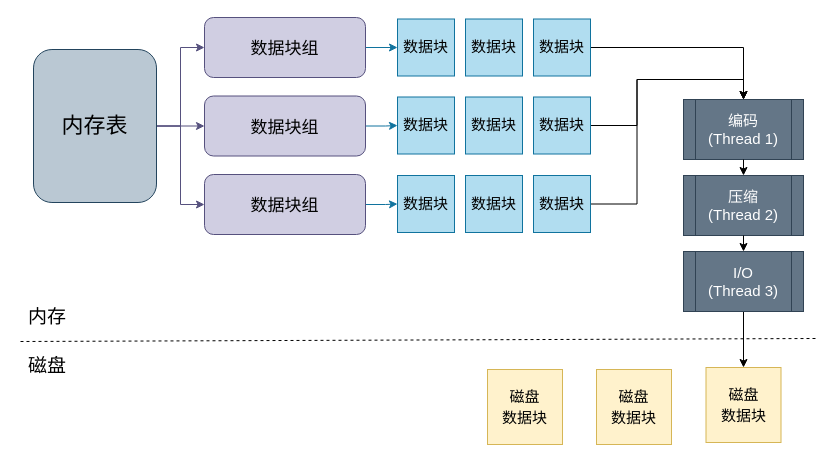
THUMarkLau/thuthesis keeps this draw.io diagram as 设计图/IoTDB刷盘过程.drawio. Above is the earlier version. Source tidied: cells renumbered, new cells numbered last; positions are measured from the earlier drawing's top-left corner, leaving out a move shared by most shapes. Both pictures are drawn from the tidied source at 100%, with x=0, y=0 at pixel (17, 17).
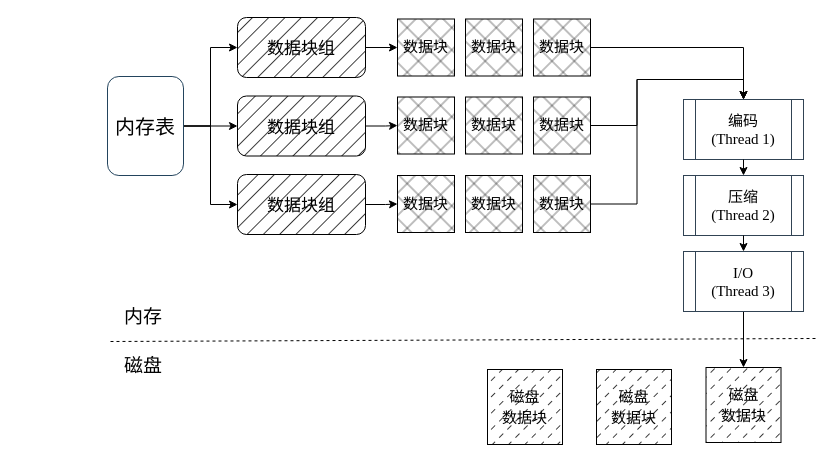
Above is the later version.

Diff of the diagram source:
```diff
@@
-    <mxCell id="2" style="edgeStyle=orthogonalEdgeStyle;rounded=0;jettySize=auto;html=1;fontSize=22;fillColor=#d0cee2;strokeColor=#56517e;" parent="1" edge="1" source="5" target="7">
+    <mxCell id="2" style="edgeStyle=orthogonalEdgeStyle;rounded=0;jettySize=auto;html=1;fontSize=22;fillColor=#d0cee2;strokeColor=#000000;fontFamily=Times New Roman;" parent="1" edge="1" source="5" target="7">
       <mxGeometry relative="1" as="geometry" />
     </mxCell>
-    <mxCell id="3" style="edgeStyle=orthogonalEdgeStyle;rounded=0;jettySize=auto;html=1;fontSize=22;fillColor=#d0cee2;strokeColor=#56517e;" parent="1" edge="1" source="5" target="9">
+    <mxCell id="3" style="edgeStyle=orthogonalEdgeStyle;rounded=0;jettySize=auto;html=1;fontSize=22;fillColor=#d0cee2;strokeColor=#000000;fontFamily=Times New Roman;" parent="1" edge="1" source="5" target="9">
       <mxGeometry relative="1" as="geometry" />
     </mxCell>
-    <mxCell id="4" style="edgeStyle=orthogonalEdgeStyle;rounded=0;jettySize=auto;html=1;fontSize=22;fillColor=#d0cee2;strokeColor=#56517e;" parent="1" edge="1" source="5" target="11">
+    <mxCell id="4" style="edgeStyle=orthogonalEdgeStyle;rounded=0;jettySize=auto;html=1;fontSize=22;fillColor=#d0cee2;strokeColor=#000000;fontFamily=Times New Roman;" parent="1" edge="1" source="5" target="11">
       <mxGeometry relative="1" as="geometry" />
     </mxCell>
-    <mxCell id="5" value="&lt;font style=&quot;font-size: 22px;&quot;&gt;内存表&lt;/font&gt;" style="rounded=1;whiteSpace=wrap;html=1;fillColor=#bac8d3;strokeColor=#23445d;" parent="1" vertex="1">
-      <mxGeometry x="16" y="32" width="123" height="153" as="geometry" />
+    <mxCell id="5" value="&lt;font style=&quot;font-size: 20px;&quot;&gt;内存表&lt;/font&gt;" style="rounded=1;whiteSpace=wrap;html=1;fillColor=default;strokeColor=#23445d;fontFamily=Times New Roman;fontColor=#000000;" parent="1" vertex="1">
+      <mxGeometry x="90" y="59" width="76" height="99" as="geometry" />
     </mxCell>
-    <mxCell id="6" style="edgeStyle=orthogonalEdgeStyle;rounded=0;jettySize=auto;html=1;entryX=0;entryY=0.5;entryDx=0;entryDy=0;fontSize=15;fillColor=#b1ddf0;strokeColor=#10739e;" parent="1" edge="1" source="7" target="12">
+    <mxCell id="6" style="edgeStyle=orthogonalEdgeStyle;rounded=0;jettySize=auto;html=1;entryX=0;entryY=0.5;entryDx=0;entryDy=0;fontSize=15;fillColor=#b1ddf0;strokeColor=#000000;fontFamily=Times New Roman;" parent="1" edge="1" source="7" target="12">
       <mxGeometry relative="1" as="geometry" />
     </mxCell>
-    <mxCell id="7" value="&lt;font style=&quot;font-size: 17px;&quot;&gt;数据块组&lt;/font&gt;" style="rounded=1;whiteSpace=wrap;html=1;fontSize=22;fillColor=#d0cee2;strokeColor=#56517e;" parent="1" vertex="1">
-      <mxGeometry x="187" width="161" height="60" as="geometry" />
+    <mxCell id="7" value="&lt;font style=&quot;font-size: 17px;&quot;&gt;数据块组&lt;/font&gt;" style="rounded=1;whiteSpace=wrap;html=1;fontSize=22;fillColor=#000000;strokeColor=default;fontFamily=Times New Roman;fontColor=#000000;fillStyle=hatch;" parent="1" vertex="1">
+      <mxGeometry x="220" width="128" height="60" as="geometry" />
     </mxCell>
-    <mxCell id="8" style="edgeStyle=orthogonalEdgeStyle;rounded=0;jettySize=auto;html=1;entryX=0;entryY=0.5;entryDx=0;entryDy=0;fontSize=15;fillColor=#b1ddf0;strokeColor=#10739e;" parent="1" edge="1" source="9" target="16">
+    <mxCell id="8" style="edgeStyle=orthogonalEdgeStyle;rounded=0;jettySize=auto;html=1;entryX=0;entryY=0.5;entryDx=0;entryDy=0;fontSize=15;fillColor=#b1ddf0;strokeColor=#000000;fontFamily=Times New Roman;" parent="1" edge="1" source="9" target="16">
       <mxGeometry relative="1" as="geometry" />
     </mxCell>
-    <mxCell id="9" value="&lt;font style=&quot;font-size: 17px;&quot;&gt;数据块组&lt;/font&gt;" style="rounded=1;whiteSpace=wrap;html=1;fontSize=22;fillColor=#d0cee2;strokeColor=#56517e;" parent="1" vertex="1">
-      <mxGeometry x="187" y="78.5" width="161" height="60" as="geometry" />
+    <mxCell id="9" value="&lt;font style=&quot;font-size: 17px;&quot;&gt;数据块组&lt;/font&gt;" style="rounded=1;whiteSpace=wrap;html=1;fontSize=22;fillColor=#000000;strokeColor=default;fontFamily=Times New Roman;fontColor=#000000;fillStyle=hatch;" parent="1" vertex="1">
+      <mxGeometry x="220" y="78.5" width="128" height="60" as="geometry" />
     </mxCell>
-    <mxCell id="10" style="edgeStyle=orthogonalEdgeStyle;rounded=0;jettySize=auto;html=1;fontSize=15;fillColor=#b1ddf0;strokeColor=#10739e;" parent="1" edge="1" source="11" target="20">
+    <mxCell id="10" style="edgeStyle=orthogonalEdgeStyle;rounded=0;jettySize=auto;html=1;fontSize=15;fillColor=#b1ddf0;strokeColor=#000000;fontFamily=Times New Roman;" parent="1" edge="1" source="11" target="20">
       <mxGeometry relative="1" as="geometry" />
     </mxCell>
-    <mxCell id="11" value="&lt;font style=&quot;font-size: 17px;&quot;&gt;数据块组&lt;/font&gt;" style="rounded=1;whiteSpace=wrap;html=1;fontSize=22;fillColor=#d0cee2;strokeColor=#56517e;" parent="1" vertex="1">
-      <mxGeometry x="187" y="157" width="161" height="60" as="geometry" />
+    <mxCell id="11" value="&lt;font style=&quot;font-size: 17px;&quot;&gt;数据块组&lt;/font&gt;" style="rounded=1;whiteSpace=wrap;html=1;fontSize=22;fillColor=#000000;strokeColor=default;fontFamily=Times New Roman;fontColor=#000000;fillStyle=hatch;" parent="1" vertex="1">
+      <mxGeometry x="220" y="157" width="128" height="60" as="geometry" />
     </mxCell>
-    <mxCell id="12" value="&lt;font style=&quot;font-size: 15px;&quot;&gt;数据块&lt;/font&gt;" style="whiteSpace=wrap;html=1;fontSize=17;fillColor=#b1ddf0;strokeColor=#10739e;" parent="1" vertex="1">
+    <mxCell id="12" value="&lt;font style=&quot;font-size: 15px;&quot;&gt;数据块&lt;/font&gt;" style="whiteSpace=wrap;html=1;fontSize=17;fillColor=#000000;strokeColor=#000000;fontFamily=Times New Roman;fontColor=#000000;fillStyle=cross-hatch;gradientColor=none;" parent="1" vertex="1">
       <mxGeometry x="380" y="1.5" width="57" height="57" as="geometry" />
     </mxCell>
-    <mxCell id="13" value="&lt;font style=&quot;font-size: 15px;&quot;&gt;数据块&lt;/font&gt;" style="whiteSpace=wrap;html=1;fontSize=17;fillColor=#b1ddf0;strokeColor=#10739e;" parent="1" vertex="1">
+    <mxCell id="13" value="&lt;font style=&quot;font-size: 15px;&quot;&gt;数据块&lt;/font&gt;" style="whiteSpace=wrap;html=1;fontSize=17;fillColor=#000000;strokeColor=#000000;fontFamily=Times New Roman;fontColor=#000000;fillStyle=cross-hatch;gradientColor=none;" parent="1" vertex="1">
       <mxGeometry x="448" y="1.5" width="57" height="57" as="geometry" />
     </mxCell>
-    <mxCell id="14" style="edgeStyle=orthogonalEdgeStyle;rounded=0;jettySize=auto;html=1;entryX=0.5;entryY=0;entryDx=0;entryDy=0;fontSize=15;" parent="1" edge="1" source="15" target="24">
+    <mxCell id="14" style="edgeStyle=orthogonalEdgeStyle;rounded=0;jettySize=auto;html=1;entryX=0.5;entryY=0;entryDx=0;entryDy=0;fontSize=15;fontFamily=Times New Roman;" parent="1" edge="1" source="15" target="24">
       <mxGeometry relative="1" as="geometry" />
     </mxCell>
-    <mxCell id="15" value="&lt;font style=&quot;font-size: 15px;&quot;&gt;数据块&lt;/font&gt;" style="whiteSpace=wrap;html=1;fontSize=17;fillColor=#b1ddf0;strokeColor=#10739e;" parent="1" vertex="1">
+    <mxCell id="15" value="&lt;font style=&quot;font-size: 15px;&quot;&gt;数据块&lt;/font&gt;" style="whiteSpace=wrap;html=1;fontSize=17;fillColor=#000000;strokeColor=#000000;fontFamily=Times New Roman;fontColor=#000000;fillStyle=cross-hatch;gradientColor=none;" parent="1" vertex="1">
       <mxGeometry x="516" y="1.5" width="57" height="57" as="geometry" />
     </mxCell>
-    <mxCell id="16" value="&lt;font style=&quot;font-size: 15px;&quot;&gt;数据块&lt;/font&gt;" style="whiteSpace=wrap;html=1;fontSize=17;fillColor=#b1ddf0;strokeColor=#10739e;" parent="1" vertex="1">
+    <mxCell id="16" value="&lt;font style=&quot;font-size: 15px;&quot;&gt;数据块&lt;/font&gt;" style="whiteSpace=wrap;html=1;fontSize=17;fillColor=#000000;strokeColor=#000000;fontFamily=Times New Roman;fontColor=#000000;fillStyle=cross-hatch;gradientColor=none;" parent="1" vertex="1">
       <mxGeometry x="380" y="79.5" width="57" height="57" as="geometry" />
     </mxCell>
-    <mxCell id="17" value="&lt;font style=&quot;font-size: 15px;&quot;&gt;数据块&lt;/font&gt;" style="whiteSpace=wrap;html=1;fontSize=17;fillColor=#b1ddf0;strokeColor=#10739e;" parent="1" vertex="1">
+    <mxCell id="17" value="&lt;font style=&quot;font-size: 15px;&quot;&gt;数据块&lt;/font&gt;" style="whiteSpace=wrap;html=1;fontSize=17;fillColor=#000000;strokeColor=#000000;fontFamily=Times New Roman;fontColor=#000000;fillStyle=cross-hatch;gradientColor=none;" parent="1" vertex="1">
       <mxGeometry x="448" y="79.5" width="57" height="57" as="geometry" />
     </mxCell>
-    <mxCell id="18" style="edgeStyle=orthogonalEdgeStyle;rounded=0;jettySize=auto;html=1;entryX=0.5;entryY=0;entryDx=0;entryDy=0;fontSize=15;" parent="1" edge="1" source="19" target="24">
+    <mxCell id="18" style="edgeStyle=orthogonalEdgeStyle;rounded=0;jettySize=auto;html=1;entryX=0.5;entryY=0;entryDx=0;entryDy=0;fontSize=15;fontFamily=Times New Roman;" parent="1" edge="1" source="19" target="24">
       <mxGeometry relative="1" as="geometry" />
     </mxCell>
-    <mxCell id="19" value="&lt;font style=&quot;font-size: 15px;&quot;&gt;数据块&lt;/font&gt;" style="whiteSpace=wrap;html=1;fontSize=17;fillColor=#b1ddf0;strokeColor=#10739e;" parent="1" vertex="1">
+    <mxCell id="19" value="&lt;font style=&quot;font-size: 15px;&quot;&gt;数据块&lt;/font&gt;" style="whiteSpace=wrap;html=1;fontSize=17;fillColor=#000000;strokeColor=#000000;fontFamily=Times New Roman;fontColor=#000000;fillStyle=cross-hatch;gradientColor=none;" parent="1" vertex="1">
       <mxGeometry x="516" y="79.5" width="57" height="57" as="geometry" />
     </mxCell>
-    <mxCell id="20" value="&lt;font style=&quot;font-size: 15px;&quot;&gt;数据块&lt;/font&gt;" style="whiteSpace=wrap;html=1;fontSize=17;fillColor=#b1ddf0;strokeColor=#10739e;" parent="1" vertex="1">
+    <mxCell id="20" value="&lt;font style=&quot;font-size: 15px;&quot;&gt;数据块&lt;/font&gt;" style="whiteSpace=wrap;html=1;fontSize=17;fillColor=#000000;strokeColor=#000000;fontFamily=Times New Roman;fontColor=#000000;fillStyle=cross-hatch;gradientColor=none;" parent="1" vertex="1">
       <mxGeometry x="380" y="158" width="57" height="57" as="geometry" />
     </mxCell>
-    <mxCell id="21" value="&lt;font style=&quot;font-size: 15px;&quot;&gt;数据块&lt;/font&gt;" style="whiteSpace=wrap;html=1;fontSize=17;fillColor=#b1ddf0;strokeColor=#10739e;" parent="1" vertex="1">
+    <mxCell id="21" value="&lt;font style=&quot;font-size: 15px;&quot;&gt;数据块&lt;/font&gt;" style="whiteSpace=wrap;html=1;fontSize=17;fillColor=#000000;strokeColor=#000000;fontFamily=Times New Roman;fontColor=#000000;fillStyle=cross-hatch;gradientColor=none;" parent="1" vertex="1">
       <mxGeometry x="448" y="158" width="57" height="57" as="geometry" />
     </mxCell>
-    <mxCell id="22" style="edgeStyle=orthogonalEdgeStyle;rounded=0;jettySize=auto;html=1;entryX=0.5;entryY=0;entryDx=0;entryDy=0;fontSize=15;" parent="1" edge="1" source="23" target="24">
+    <mxCell id="22" style="edgeStyle=orthogonalEdgeStyle;rounded=0;jettySize=auto;html=1;entryX=0.5;entryY=0;entryDx=0;entryDy=0;fontSize=15;fontFamily=Times New Roman;" parent="1" edge="1" source="23" target="24">
       <mxGeometry relative="1" as="geometry" />
     </mxCell>
-    <mxCell id="23" value="&lt;font style=&quot;font-size: 15px;&quot;&gt;数据块&lt;/font&gt;" style="whiteSpace=wrap;html=1;fontSize=17;fillColor=#b1ddf0;strokeColor=#10739e;" parent="1" vertex="1">
+    <mxCell id="23" value="&lt;font style=&quot;font-size: 15px;&quot;&gt;数据块&lt;/font&gt;" style="whiteSpace=wrap;html=1;fontSize=17;fillColor=#000000;strokeColor=#000000;fontFamily=Times New Roman;fontColor=#000000;fillStyle=cross-hatch;gradientColor=none;" parent="1" vertex="1">
       <mxGeometry x="516" y="158" width="57" height="57" as="geometry" />
     </mxCell>
-    <mxCell id="24" value="编码&lt;br&gt;(Thread 1)" style="shape=process;whiteSpace=wrap;html=1;backgroundOutline=1;fontSize=15;fillColor=#647687;fontColor=#ffffff;strokeColor=#314354;" parent="1" vertex="1">
+    <mxCell id="24" value="编码&lt;br&gt;(Thread 1)" style="shape=process;whiteSpace=wrap;html=1;backgroundOutline=1;fontSize=15;fillColor=default;fontColor=#000000;strokeColor=#314354;fontFamily=Times New Roman;" parent="1" vertex="1">
       <mxGeometry x="666" y="82" width="120" height="60" as="geometry" />
     </mxCell>
-    <mxCell id="25" value="压缩&lt;br&gt;(Thread 2)" style="shape=process;whiteSpace=wrap;html=1;backgroundOutline=1;fontSize=15;fillColor=#647687;fontColor=#ffffff;strokeColor=#314354;" parent="1" vertex="1">
+    <mxCell id="25" value="压缩&lt;br&gt;(Thread 2)" style="shape=process;whiteSpace=wrap;html=1;backgroundOutline=1;fontSize=15;fillColor=default;fontColor=#000000;strokeColor=#314354;fontFamily=Times New Roman;" parent="1" vertex="1">
       <mxGeometry x="666" y="158" width="120" height="60" as="geometry" />
     </mxCell>
-    <mxCell id="26" style="edgeStyle=orthogonalEdgeStyle;rounded=0;jettySize=auto;html=1;entryX=0.5;entryY=0;entryDx=0;entryDy=0;fontSize=15;" parent="1" edge="1" source="27" target="33">
+    <mxCell id="26" style="edgeStyle=orthogonalEdgeStyle;rounded=0;jettySize=auto;html=1;entryX=0.5;entryY=0;entryDx=0;entryDy=0;fontSize=15;fontFamily=Times New Roman;" parent="1" edge="1" source="27" target="33">
       <mxGeometry relative="1" as="geometry" />
     </mxCell>
-    <mxCell id="27" value="I/O&lt;br&gt;(Thread 3)" style="shape=process;whiteSpace=wrap;html=1;backgroundOutline=1;fontSize=15;fillColor=#647687;fontColor=#ffffff;strokeColor=#314354;" parent="1" vertex="1">
+    <mxCell id="27" value="I/O&lt;br&gt;(Thread 3)" style="shape=process;whiteSpace=wrap;html=1;backgroundOutline=1;fontSize=15;fillColor=default;fontColor=#000000;strokeColor=#314354;fontFamily=Times New Roman;" parent="1" vertex="1">
       <mxGeometry x="666" y="234" width="120" height="60" as="geometry" />
     </mxCell>
-    <mxCell id="28" style="endArrow=none;html=1;rounded=0;fontSize=15;dashed=1;" parent="1" edge="1">
+    <mxCell id="28" style="endArrow=none;html=1;rounded=0;fontSize=15;dashed=1;fontFamily=Times New Roman;" parent="1" edge="1">
       <mxGeometry relative="1" as="geometry">
-        <mxPoint x="3" y="324" as="sourcePoint" />
+        <mxPoint x="93" y="324" as="sourcePoint" />
         <mxPoint x="799" y="321" as="targetPoint" />
       </mxGeometry>
     </mxCell>
-    <mxCell id="29" style="endArrow=classic;html=1;rounded=0;fontSize=15;entryX=0.5;entryY=0;entryDx=0;entryDy=0;exitX=0.5;exitY=1;exitDx=0;exitDy=0;" parent="1" edge="1" source="24" target="25">
+    <mxCell id="29" style="endArrow=classic;html=1;rounded=0;fontSize=15;entryX=0.5;entryY=0;entryDx=0;entryDy=0;exitX=0.5;exitY=1;exitDx=0;exitDy=0;fontFamily=Times New Roman;" parent="1" edge="1" source="24" target="25">
       <mxGeometry relative="1" as="geometry" />
     </mxCell>
-    <mxCell id="30" style="endArrow=classic;html=1;rounded=0;fontSize=15;entryX=0.5;entryY=0;entryDx=0;entryDy=0;exitX=0.5;exitY=1;exitDx=0;exitDy=0;" parent="1" edge="1" source="25" target="27">
+    <mxCell id="30" style="endArrow=classic;html=1;rounded=0;fontSize=15;entryX=0.5;entryY=0;entryDx=0;entryDy=0;exitX=0.5;exitY=1;exitDx=0;exitDy=0;fontFamily=Times New Roman;" parent="1" edge="1" source="25" target="27">
       <mxGeometry relative="1" as="geometry" />
     </mxCell>
-    <mxCell id="31" value="&lt;span style=&quot;font-size: 15px;&quot;&gt;磁盘&lt;br&gt;数据块&lt;/span&gt;" style="whiteSpace=wrap;html=1;fontSize=17;fillColor=#fff2cc;strokeColor=#d6b656;" parent="1" vertex="1">
+    <mxCell id="31" value="&lt;span style=&quot;font-size: 15px;&quot;&gt;磁盘&lt;br&gt;数据块&lt;/span&gt;" style="whiteSpace=wrap;html=1;fontSize=17;fillColor=#000000;strokeColor=#000000;fontFamily=Times New Roman;fontColor=#000000;fillStyle=dashed;" parent="1" vertex="1">
       <mxGeometry x="470" y="352" width="75" height="75" as="geometry" />
     </mxCell>
-    <mxCell id="32" value="&lt;span style=&quot;font-size: 15px;&quot;&gt;磁盘&lt;br&gt;数据块&lt;/span&gt;" style="whiteSpace=wrap;html=1;fontSize=17;fillColor=#fff2cc;strokeColor=#d6b656;" parent="1" vertex="1">
+    <mxCell id="32" value="&lt;span style=&quot;font-size: 15px;&quot;&gt;磁盘&lt;br&gt;数据块&lt;/span&gt;" style="whiteSpace=wrap;html=1;fontSize=17;fillColor=#000000;strokeColor=#000000;fontFamily=Times New Roman;fontColor=#000000;fillStyle=dashed;" parent="1" vertex="1">
       <mxGeometry x="579" y="352" width="75" height="75" as="geometry" />
     </mxCell>
-    <mxCell id="33" value="&lt;span style=&quot;font-size: 15px;&quot;&gt;磁盘&lt;br&gt;数据块&lt;/span&gt;" style="whiteSpace=wrap;html=1;fontSize=17;fillColor=#fff2cc;strokeColor=#d6b656;" parent="1" vertex="1">
+    <mxCell id="33" value="&lt;span style=&quot;font-size: 15px;&quot;&gt;磁盘&lt;br&gt;数据块&lt;/span&gt;" style="whiteSpace=wrap;html=1;fontSize=17;fillColor=#000000;strokeColor=#000000;fontFamily=Times New Roman;fontColor=#000000;fillStyle=dashed;" parent="1" vertex="1">
       <mxGeometry x="688.5" y="350" width="75" height="75" as="geometry" />
     </mxCell>
-    <mxCell id="34" value="&lt;font style=&quot;font-size: 19px;&quot;&gt;内存&lt;/font&gt;" style="text;html=1;strokeColor=none;fillColor=none;align=center;verticalAlign=middle;whiteSpace=wrap;rounded=0;fontSize=15;" parent="1" vertex="1">
-      <mxGeometry y="285" width="60" height="30" as="geometry" />
+    <mxCell id="34" value="&lt;font style=&quot;font-size: 19px;&quot;&gt;内存&lt;/font&gt;" style="text;html=1;strokeColor=none;fillColor=none;align=center;verticalAlign=middle;whiteSpace=wrap;rounded=0;fontSize=15;fontFamily=Times New Roman;" parent="1" vertex="1">
+      <mxGeometry x="96" y="285" width="60" height="30" as="geometry" />
     </mxCell>
-    <mxCell id="35" value="&lt;font style=&quot;font-size: 19px;&quot;&gt;磁盘&lt;/font&gt;" style="text;html=1;strokeColor=none;fillColor=none;align=center;verticalAlign=middle;whiteSpace=wrap;rounded=0;fontSize=15;" parent="1" vertex="1">
-      <mxGeometry y="334" width="60" height="30" as="geometry" />
+    <mxCell id="35" value="&lt;font style=&quot;font-size: 19px;&quot;&gt;磁盘&lt;/font&gt;" style="text;html=1;strokeColor=none;fillColor=none;align=center;verticalAlign=middle;whiteSpace=wrap;rounded=0;fontSize=15;fontFamily=Times New Roman;" parent="1" vertex="1">
+      <mxGeometry x="96" y="334" width="60" height="30" as="geometry" />
     </mxCell>
```
